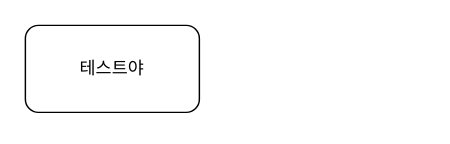
This is N_Front.drawio from ingkomm/drawio, a draw.io file, before an edit. Source tidied: cells renumbered, new cells numbered last; positions are measured from the earlier drawing's top-left corner, leaving out a move shared by most shapes. Both pictures are drawn from the tidied source at 145%, with x=0, y=0 at pixel (25, 25).
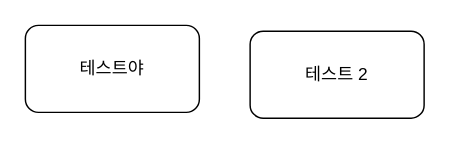
After the change.

Change to the diagram source:
```diff
@@
 <mxGraphModel>
   <root>
     <mxCell id="0" />
     <mxCell id="1" parent="0" />
     <mxCell id="2" value="테스트야" style="rounded=1;whiteSpace=wrap;html=1;" parent="1" vertex="1">
       <mxGeometry width="120" height="60" as="geometry" />
     </mxCell>
+    <mxCell id="3" value="테스트 2" style="rounded=1;whiteSpace=wrap;html=1;" parent="1" vertex="1">
+      <mxGeometry x="155" y="4" width="120" height="60" as="geometry" />
+    </mxCell>
   </root>
 </mxGraphModel>
```
